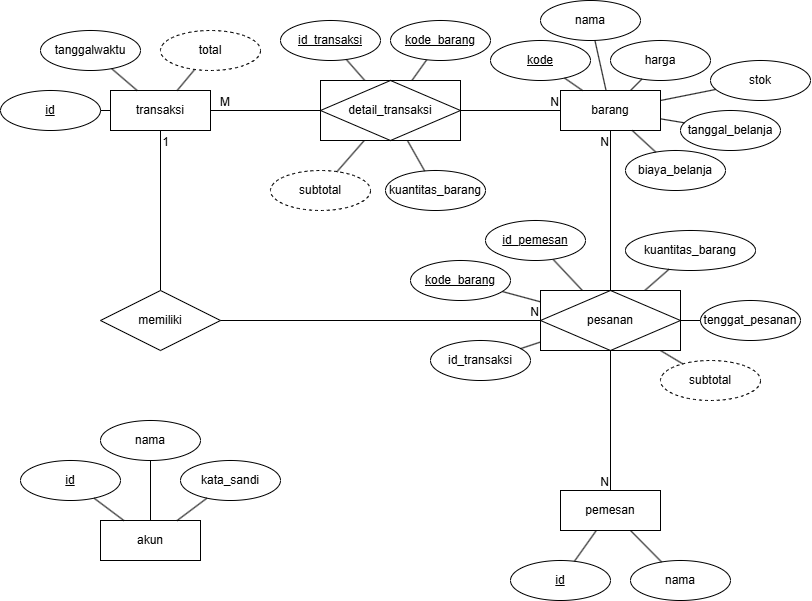
James1Aurora/WarunQ keeps this draw.io diagram as src/main/resources/diagrams/db_warunq.drawio.png. Above is the earlier version. Source tidied: cells renumbered, new cells last; positions are measured from the earlier drawing's top-left corner, leaving out a move shared by most shapes.
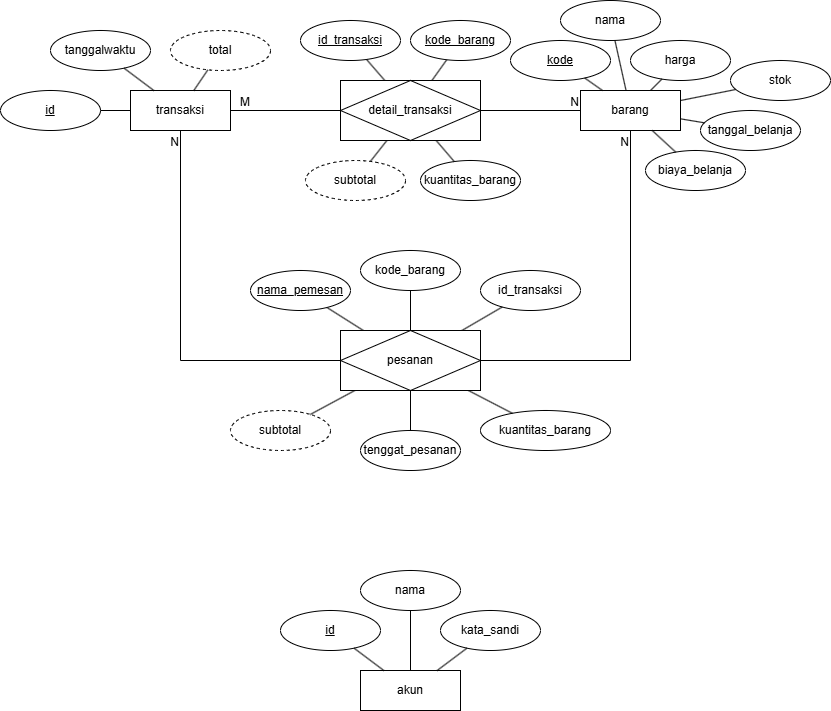
Later version of the same file.

Diff of the diagram source:
```diff
@@ -9,13 +9,13 @@
       <mxGeometry x="560" y="90" width="100" height="40" as="geometry" />
     </mxCell>
     <mxCell id="4" value="id" style="ellipse;whiteSpace=wrap;html=1;align=center;fontStyle=4;" parent="1" vertex="1">
-      <mxGeometry y="90" width="100" height="40" as="geometry" />
+      <mxGeometry x="-20" y="90" width="100" height="40" as="geometry" />
     </mxCell>
     <mxCell id="5" style="endArrow=none;html=1;rounded=0;" parent="1" edge="1" source="4" target="2">
       <mxGeometry relative="1" as="geometry" />
     </mxCell>
     <mxCell id="6" value="tanggalwaktu" style="ellipse;whiteSpace=wrap;html=1;align=center;" parent="1" vertex="1">
-      <mxGeometry x="40" y="30" width="100" height="40" as="geometry" />
+      <mxGeometry x="30" y="30" width="100" height="40" as="geometry" />
     </mxCell>
     <mxCell id="7" style="endArrow=none;html=1;rounded=0;" parent="1" edge="1" source="2" target="6">
       <mxGeometry relative="1" as="geometry" />
@@ -45,7 +45,7 @@
       <mxGeometry x="710" y="60" width="100" height="40" as="geometry" />
     </mxCell>
     <mxCell id="16" value="kuantitas_barang" style="ellipse;whiteSpace=wrap;html=1;align=center;" parent="1" vertex="1">
-      <mxGeometry x="385" y="170" width="100" height="40" as="geometry" />
+      <mxGeometry x="400" y="160" width="100" height="40" as="geometry" />
     </mxCell>
     <mxCell id="17" style="endArrow=none;html=1;rounded=0;" parent="1" edge="1" source="25" target="16">
       <mxGeometry relative="1" as="geometry" />
@@ -60,13 +60,13 @@
       <mxGeometry relative="1" as="geometry" />
     </mxCell>
     <mxCell id="21" value="subtotal" style="ellipse;whiteSpace=wrap;html=1;align=center;dashed=1;" parent="1" vertex="1">
-      <mxGeometry x="270" y="170" width="100" height="40" as="geometry" />
+      <mxGeometry x="285" y="160" width="100" height="40" as="geometry" />
     </mxCell>
     <mxCell id="22" style="endArrow=none;html=1;rounded=0;" parent="1" edge="1" source="25" target="21">
       <mxGeometry relative="1" as="geometry" />
     </mxCell>
     <mxCell id="23" value="total" style="ellipse;whiteSpace=wrap;html=1;align=center;dashed=1;" parent="1" vertex="1">
-      <mxGeometry x="160" y="30" width="100" height="40" as="geometry" />
+      <mxGeometry x="150" y="30" width="100" height="40" as="geometry" />
     </mxCell>
     <mxCell id="24" style="endArrow=none;html=1;rounded=0;" parent="1" edge="1" source="23" target="2">
       <mxGeometry relative="1" as="geometry" />
@@ -101,37 +101,31 @@
       <mxGeometry relative="1" as="geometry" />
     </mxCell>
     <mxCell id="34" value="id" style="ellipse;whiteSpace=wrap;html=1;align=center;fontStyle=4;" parent="1" vertex="1">
-      <mxGeometry x="20" y="460" width="100" height="40" as="geometry" />
+      <mxGeometry x="260" y="610" width="100" height="40" as="geometry" />
     </mxCell>
     <mxCell id="35" value="akun" style="whiteSpace=wrap;html=1;align=center;" parent="1" vertex="1">
-      <mxGeometry x="100" y="520" width="100" height="40" as="geometry" />
+      <mxGeometry x="340" y="670" width="100" height="40" as="geometry" />
     </mxCell>
     <mxCell id="36" style="endArrow=none;html=1;rounded=0;" parent="1" edge="1" source="35" target="34">
       <mxGeometry relative="1" as="geometry" />
     </mxCell>
     <mxCell id="37" value="nama" style="ellipse;whiteSpace=wrap;html=1;align=center;" parent="1" vertex="1">
-      <mxGeometry x="100" y="420" width="100" height="40" as="geometry" />
+      <mxGeometry x="340" y="570" width="100" height="40" as="geometry" />
     </mxCell>
     <mxCell id="38" style="endArrow=none;html=1;rounded=0;" parent="1" edge="1" source="37" target="35">
       <mxGeometry relative="1" as="geometry" />
     </mxCell>
     <mxCell id="39" value="kata_sandi" style="ellipse;whiteSpace=wrap;html=1;align=center;" parent="1" vertex="1">
-      <mxGeometry x="180" y="460" width="100" height="40" as="geometry" />
+      <mxGeometry x="420" y="610" width="100" height="40" as="geometry" />
     </mxCell>
     <mxCell id="40" style="endArrow=none;html=1;rounded=0;" parent="1" edge="1" source="35" target="39">
       <mxGeometry relative="1" as="geometry" />
     </mxCell>
-    <mxCell id="41" value="id" style="ellipse;whiteSpace=wrap;html=1;align=center;fontStyle=4;" parent="1" vertex="1">
-      <mxGeometry x="510" y="560" width="100" height="40" as="geometry" />
-    </mxCell>
-    <mxCell id="42" style="endArrow=none;html=1;rounded=0;" parent="1" edge="1" source="52" target="41">
-      <mxGeometry relative="1" as="geometry" />
-    </mxCell>
     <mxCell id="43" value="kuantitas_barang" style="ellipse;whiteSpace=wrap;html=1;align=center;" parent="1" vertex="1">
-      <mxGeometry x="625" y="230" width="130" height="40" as="geometry" />
+      <mxGeometry x="460" y="410" width="130" height="40" as="geometry" />
     </mxCell>
     <mxCell id="44" value="subtotal" style="ellipse;whiteSpace=wrap;html=1;align=center;dashed=1;" parent="1" vertex="1">
-      <mxGeometry x="660" y="360" width="100" height="40" as="geometry" />
+      <mxGeometry x="210" y="410" width="100" height="40" as="geometry" />
     </mxCell>
     <mxCell id="45" style="endArrow=none;html=1;rounded=0;" parent="1" edge="1" source="51" target="44">
       <mxGeometry relative="1" as="geometry" />
@@ -140,7 +134,7 @@
       <mxGeometry relative="1" as="geometry" />
     </mxCell>
     <mxCell id="47" value="tenggat_pesanan" style="ellipse;whiteSpace=wrap;html=1;align=center;" parent="1" vertex="1">
-      <mxGeometry x="700" y="300" width="100" height="40" as="geometry" />
+      <mxGeometry x="340" y="430" width="100" height="40" as="geometry" />
     </mxCell>
     <mxCell id="48" style="endArrow=none;html=1;rounded=0;" parent="1" edge="1" source="51" target="47">
       <mxGeometry relative="1" as="geometry" />
@@ -151,63 +145,47 @@
     <mxCell id="50" style="endArrow=none;html=1;rounded=0;" parent="1" edge="1" source="60" target="51">
       <mxGeometry relative="1" as="geometry" />
     </mxCell>
-    <mxCell id="51" value="pesanan" style="shape=associativeEntity;whiteSpace=wrap;html=1;align=center;" parent="1" vertex="1">
-      <mxGeometry x="540" y="290" width="140" height="60" as="geometry" />
-    </mxCell>
-    <mxCell id="52" value="pemesan" style="whiteSpace=wrap;html=1;align=center;" parent="1" vertex="1">
-      <mxGeometry x="560" y="490" width="100" height="40" as="geometry" />
-    </mxCell>
-    <mxCell id="53" value="nama" style="ellipse;whiteSpace=wrap;html=1;align=center;" parent="1" vertex="1">
-      <mxGeometry x="630" y="560" width="100" height="40" as="geometry" />
-    </mxCell>
-    <mxCell id="54" style="endArrow=none;html=1;rounded=0;" parent="1" edge="1" source="53" target="52">
-      <mxGeometry relative="1" as="geometry" />
-    </mxCell>
-    <mxCell id="55" style="endArrow=none;html=1;rounded=0;" parent="1" edge="1" source="51" target="3">
-      <mxGeometry relative="1" as="geometry" />
-    </mxCell>
-    <mxCell id="56" value="N" style="html=1;whiteSpace=wrap;align=right;verticalAlign=bottom;" parent="55" vertex="1">
-      <mxGeometry x="1" relative="1" as="geometry">
-        <mxPoint y="20" as="offset" />
-      </mxGeometry>
-    </mxCell>
-    <mxCell id="57" style="endArrow=none;html=1;rounded=0;" parent="1" edge="1" source="51" target="52">
-      <mxGeometry relative="1" as="geometry" />
-    </mxCell>
-    <mxCell id="58" value="N" style="html=1;whiteSpace=wrap;align=right;verticalAlign=bottom;" parent="57" vertex="1">
-      <mxGeometry x="1" relative="1" as="geometry" />
-    </mxCell>
     <mxCell id="59" value="kode_barang" style="ellipse;whiteSpace=wrap;html=1;align=center;fontStyle=4;" parent="1" vertex="1">
       <mxGeometry x="390" y="20" width="100" height="40" as="geometry" />
     </mxCell>
-    <mxCell id="60" value="kode_barang" style="ellipse;whiteSpace=wrap;html=1;align=center;fontStyle=4;" parent="1" vertex="1">
-      <mxGeometry x="410" y="260" width="100" height="40" as="geometry" />
-    </mxCell>
-    <mxCell id="61" value="id_pemesan" style="ellipse;whiteSpace=wrap;html=1;align=center;fontStyle=4;" parent="1" vertex="1">
-      <mxGeometry x="485" y="220" width="100" height="40" as="geometry" />
+    <mxCell id="61" value="nama_pemesan" style="ellipse;whiteSpace=wrap;html=1;align=center;fontStyle=4;" parent="1" vertex="1">
+      <mxGeometry x="230" y="270" width="100" height="40" as="geometry" />
     </mxCell>
-    <mxCell id="62" style="endArrow=none;html=1;rounded=0;" parent="1" edge="1" source="64" target="2">
-      <mxGeometry relative="1" as="geometry" />
-    </mxCell>
-    <mxCell id="63" value="1" style="html=1;whiteSpace=wrap;align=right;verticalAlign=bottom;" parent="62" vertex="1">
-      <mxGeometry x="1" relative="1" as="geometry">
-        <mxPoint x="10" y="20" as="offset" />
-      </mxGeometry>
-    </mxCell>
-    <mxCell id="64" value="memiliki" style="shape=rhombus;perimeter=rhombusPerimeter;whiteSpace=wrap;html=1;align=center;" parent="1" vertex="1">
-      <mxGeometry x="100" y="290" width="120" height="60" as="geometry" />
-    </mxCell>
-    <mxCell id="65" style="endArrow=none;html=1;rounded=0;" parent="1" edge="1" source="64" target="51">
-      <mxGeometry relative="1" as="geometry" />
-    </mxCell>
-    <mxCell id="66" value="N" style="html=1;whiteSpace=wrap;align=right;verticalAlign=bottom;" parent="65" vertex="1">
-      <mxGeometry x="1" relative="1" as="geometry" />
-    </mxCell>
     <mxCell id="67" value="id_transaksi" style="ellipse;whiteSpace=wrap;html=1;align=center;" parent="1" vertex="1">
-      <mxGeometry x="430" y="340" width="100" height="40" as="geometry" />
+      <mxGeometry x="460" y="270" width="100" height="40" as="geometry" />
     </mxCell>
     <mxCell id="68" style="endArrow=none;html=1;rounded=0;" parent="1" edge="1" source="67" target="51">
       <mxGeometry relative="1" as="geometry" />
     </mxCell>
+    <mxCell id="60" value="kode_barang" style="ellipse;whiteSpace=wrap;html=1;align=center;" parent="1" vertex="1">
+      <mxGeometry x="340" y="250" width="100" height="40" as="geometry" />
+    </mxCell>
+    <mxCell id="55" style="endArrow=none;html=1;rounded=0;" parent="1" edge="1" source="51" target="3">
+      <mxGeometry relative="1" as="geometry">
+        <Array as="points">
+          <mxPoint x="610" y="360" />
+        </Array>
+      </mxGeometry>
+    </mxCell>
+    <mxCell id="69" value="N" style="html=1;whiteSpace=wrap;align=right;verticalAlign=bottom;" parent="55" vertex="1">
+      <mxGeometry x="1" relative="1" as="geometry">
+        <mxPoint y="20" as="offset" />
+      </mxGeometry>
+    </mxCell>
+    <mxCell id="51" value="pesanan" style="shape=associativeEntity;whiteSpace=wrap;html=1;align=center;" parent="1" vertex="1">
+      <mxGeometry x="320" y="330" width="140" height="60" as="geometry" />
+    </mxCell>
+    <mxCell id="70" style="endArrow=none;html=1;rounded=0;" parent="1" edge="1" source="51" target="2">
+      <mxGeometry relative="1" as="geometry">
+        <Array as="points">
+          <mxPoint x="160" y="360" />
+        </Array>
+      </mxGeometry>
+    </mxCell>
+    <mxCell id="71" value="N" style="html=1;whiteSpace=wrap;align=right;verticalAlign=bottom;" parent="70" vertex="1">
+      <mxGeometry x="1" relative="1" as="geometry">
+        <mxPoint y="20" as="offset" />
+      </mxGeometry>
+    </mxCell>
   </root>
 </mxGraphModel>
```
